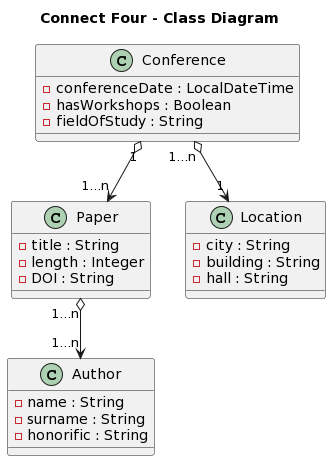
This is docs/conference.models.png from wzzzzwwzw/apaw-practice, a PlantUML export, as it was before one commit.
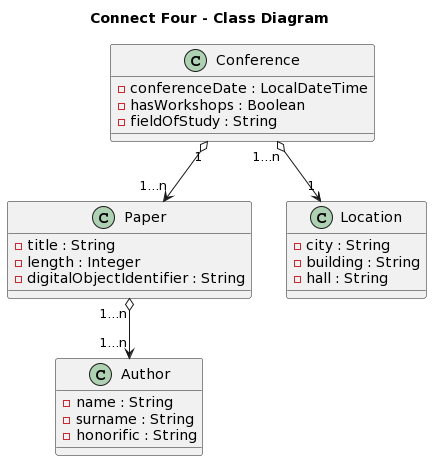
After the change.

Commit message:
DOI field name updated #450

What changed in the source:
```diff
@@ -10,7 +10,7 @@
 Class Paper {
   - title : String
   - length : Integer
-  - DOI : String
+  - digitalObjectIdentifier : String
 }
 
 Class Author {
```
